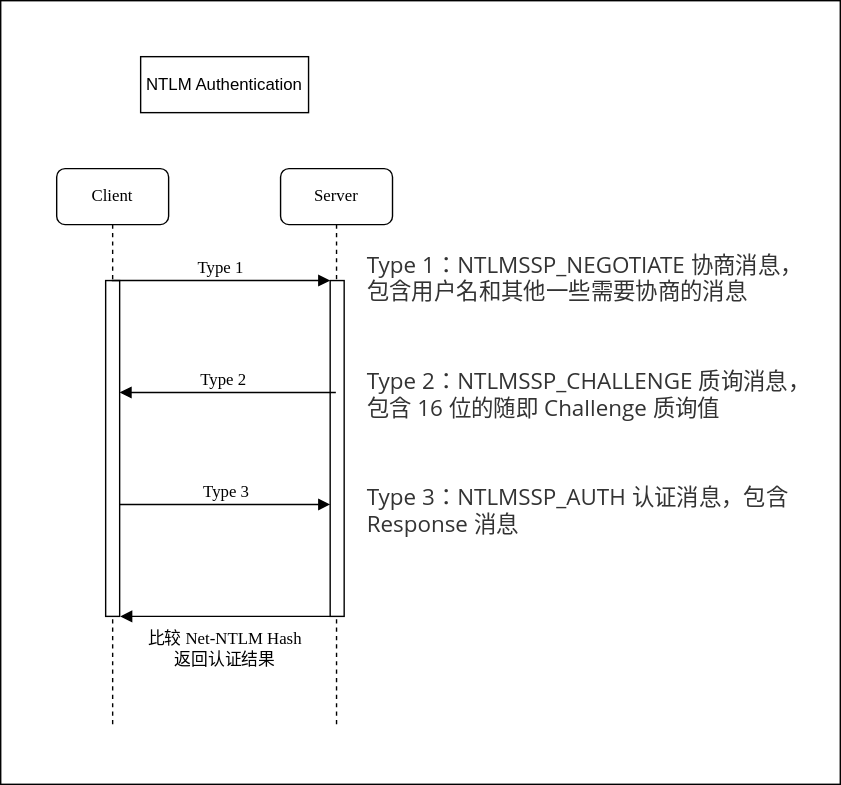
Above: draw.io/NTLM Authentication.drawio.svg in fermionorz/image-hosting (draw.io), before the change. Source tidied: cells renumbered, new cells last; positions are measured from the earlier drawing's top-left corner, leaving out a move shared by most shapes.
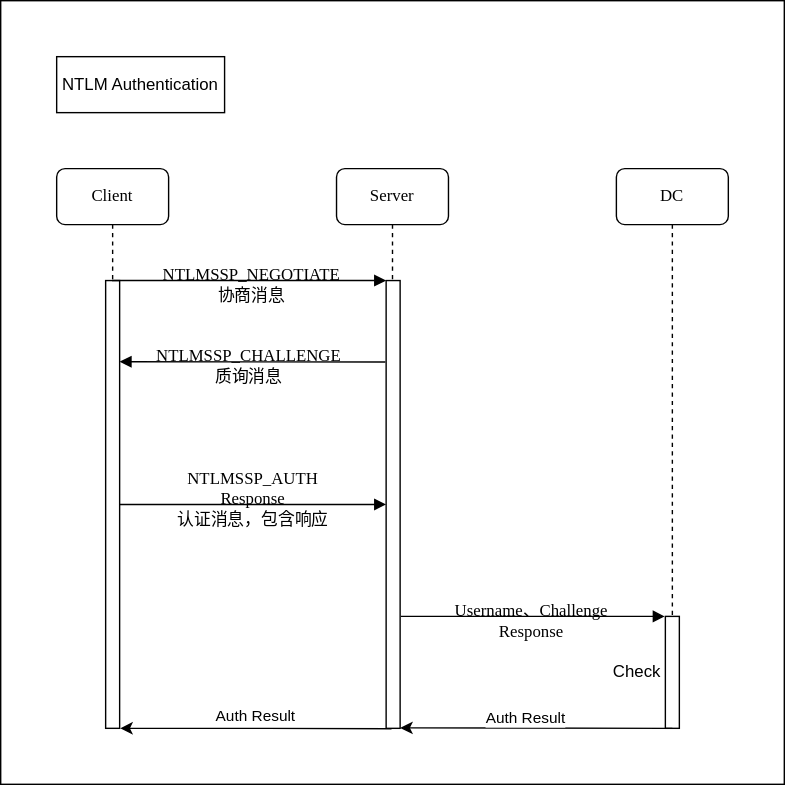
After the commit.

What changed in the source:
```diff
@@ -2,51 +2,71 @@
   <root>
     <mxCell id="0" />
     <mxCell id="1" parent="0" />
-    <mxCell id="2" style="rounded=0;whiteSpace=wrap;html=1;" parent="1" vertex="1">
-      <mxGeometry width="600" height="560" as="geometry" />
-    </mxCell>
+    <mxCell id="13" style="rounded=0;whiteSpace=wrap;html=1;" parent="1" vertex="1">
+      <mxGeometry x="40" width="560" height="560" as="geometry" />
+    </mxCell>
     <mxCell id="3" value="&lt;div&gt;NTLM Authentication&lt;/div&gt;" style="rounded=0;whiteSpace=wrap;html=1;" parent="1" vertex="1">
-      <mxGeometry x="100" y="40" width="120" height="40" as="geometry" />
+      <mxGeometry x="80" y="40" width="120" height="40" as="geometry" />
     </mxCell>
     <mxCell id="4" value="&lt;div&gt;Server&lt;/div&gt;" style="shape=umlLifeline;perimeter=lifelinePerimeter;whiteSpace=wrap;html=1;outlineConnect=0;rounded=1;shadow=0;comic=0;labelBackgroundColor=none;strokeWidth=1;fontFamily=Verdana;fontSize=12;align=center;" parent="1" vertex="1">
-      <mxGeometry x="200" y="120" width="80" height="400" as="geometry" />
+      <mxGeometry x="280" y="120" width="80" height="400" as="geometry" />
     </mxCell>
     <mxCell id="5" style="html=1;points=[];perimeter=orthogonalPerimeter;rounded=0;shadow=0;comic=0;labelBackgroundColor=none;strokeWidth=1;fontFamily=Verdana;fontSize=12;align=center;" parent="4" vertex="1">
-      <mxGeometry x="35.5" y="80" width="10" height="240" as="geometry" />
+      <mxGeometry x="35.5" y="80" width="10" height="320" as="geometry" />
     </mxCell>
-    <mxCell id="6" value="Type 3" style="html=1;verticalAlign=bottom;endArrow=block;entryX=0;entryY=0;labelBackgroundColor=none;fontFamily=Verdana;fontSize=12;edgeStyle=elbowEdgeStyle;elbow=vertical;rounded=0;" parent="4" edge="1" source="8">
-      <mxGeometry x="0.03" relative="1" as="geometry">
+    <mxCell id="6" value="&lt;div&gt;NTLMSSP_AUTH&lt;/div&gt;&lt;div&gt;Response&lt;/div&gt;&lt;div&gt;认证消息，包含响应&lt;br&gt;&lt;/div&gt;" style="html=1;verticalAlign=bottom;endArrow=block;entryX=0;entryY=0;labelBackgroundColor=none;fontFamily=Verdana;fontSize=12;edgeStyle=elbowEdgeStyle;elbow=vertical;rounded=0;" parent="4" edge="1" source="8">
+      <mxGeometry x="0.02" y="-20" relative="1" as="geometry">
         <mxPoint x="35.4" y="240.3" as="targetPoint" />
+        <mxPoint x="-1" as="offset" />
       </mxGeometry>
     </mxCell>
-    <mxCell id="7" value="&lt;div&gt;比较 Net-NTLM Hash &lt;br&gt;&lt;/div&gt;&lt;div&gt;返回认证结果&lt;/div&gt;" style="html=1;verticalAlign=bottom;endArrow=block;labelBackgroundColor=none;fontFamily=Verdana;fontSize=12;edgeStyle=elbowEdgeStyle;elbow=vertical;rounded=0;" parent="4" edge="1">
-      <mxGeometry x="0.3" y="40" relative="1" as="geometry">
-        <mxPoint x="-28.7" y="320" as="sourcePoint" />
-        <mxPoint x="-114.6" y="320" as="targetPoint" />
-        <Array as="points">
-          <mxPoint x="35.4" y="320" />
-        </Array>
-      </mxGeometry>
-    </mxCell>
     <mxCell id="8" value="&lt;div&gt;Client&lt;/div&gt;" style="shape=umlLifeline;perimeter=lifelinePerimeter;whiteSpace=wrap;html=1;outlineConnect=0;rounded=1;shadow=0;comic=0;labelBackgroundColor=none;strokeWidth=1;fontFamily=Verdana;fontSize=12;align=center;" parent="1" vertex="1">
-      <mxGeometry x="40" y="120" width="80" height="400" as="geometry" />
+      <mxGeometry x="80" y="120" width="80" height="400" as="geometry" />
     </mxCell>
     <mxCell id="9" style="html=1;points=[];perimeter=orthogonalPerimeter;rounded=0;shadow=0;comic=0;labelBackgroundColor=none;strokeWidth=1;fontFamily=Verdana;fontSize=12;align=center;" parent="8" vertex="1">
-      <mxGeometry x="35" y="80" width="10" height="240" as="geometry" />
+      <mxGeometry x="35" y="80" width="10" height="320" as="geometry" />
     </mxCell>
-    <mxCell id="10" value="&lt;p class=&quot;md-end-block md-p&quot; style=&quot;box-sizing: border-box; --tw-border-spacing-x: 0; --tw-border-spacing-y: 0; --tw-translate-x: 0; --tw-translate-y: 0; --tw-rotate: 0; --tw-skew-x: 0; --tw-skew-y: 0; --tw-scale-x: 1; --tw-scale-y: 1; --tw-pan-x: ; --tw-pan-y: ; --tw-pinch-zoom: ; --tw-scroll-snap-strictness: proximity; --tw-ordinal: ; --tw-slashed-zero: ; --tw-numeric-figure: ; --tw-numeric-spacing: ; --tw-numeric-fraction: ; --tw-ring-inset: ; --tw-ring-offset-width: 0px; --tw-ring-offset-color: #fff; --tw-ring-color: rgb(59 130 246 / 0.5); --tw-ring-offset-shadow: 0 0 #0000; --tw-ring-shadow: 0 0 #0000; --tw-shadow: 0 0 #0000; --tw-shadow-colored: 0 0 #0000; --tw-blur: ; --tw-brightness: ; --tw-contrast: ; --tw-grayscale: ; --tw-hue-rotate: ; --tw-invert: ; --tw-saturate: ; --tw-sepia: ; --tw-drop-shadow: ; --tw-backdrop-blur: ; --tw-backdrop-brightness: ; --tw-backdrop-contrast: ; --tw-backdrop-grayscale: ; --tw-backdrop-hue-rotate: ; --tw-backdrop-invert: ; --tw-backdrop-opacity: ; --tw-backdrop-saturate: ; --tw-backdrop-sepia: ; line-height: inherit; margin: 0.8em 0px; position: relative; color: rgb(51, 51, 51); font-family: &amp;quot;Open Sans&amp;quot;, &amp;quot;Clear Sans&amp;quot;, &amp;quot;Helvetica Neue&amp;quot;, Helvetica, Arial, &amp;quot;Segoe UI Emoji&amp;quot;, sans-serif; font-size: 16px; font-style: normal; font-variant-ligatures: normal; font-variant-caps: normal; font-weight: 400; letter-spacing: normal; text-align: start; text-indent: 0px; text-transform: none; word-spacing: 0px; -webkit-text-stroke-width: 0px; text-decoration-thickness: initial; text-decoration-style: initial; text-decoration-color: initial;&quot;&gt;&lt;span class=&quot;md-plain&quot; style=&quot;box-sizing: border-box; --tw-border-spacing-x: 0; --tw-border-spacing-y: 0; --tw-translate-x: 0; --tw-translate-y: 0; --tw-rotate: 0; --tw-skew-x: 0; --tw-skew-y: 0; --tw-scale-x: 1; --tw-scale-y: 1; --tw-pan-x: ; --tw-pan-y: ; --tw-pinch-zoom: ; --tw-scroll-snap-strictness: proximity; --tw-ordinal: ; --tw-slashed-zero: ; --tw-numeric-figure: ; --tw-numeric-spacing: ; --tw-numeric-fraction: ; --tw-ring-inset: ; --tw-ring-offset-width: 0px; --tw-ring-offset-color: #fff; --tw-ring-color: rgb(59 130 246 / 0.5); --tw-ring-offset-shadow: 0 0 #0000; --tw-ring-shadow: 0 0 #0000; --tw-shadow: 0 0 #0000; --tw-shadow-colored: 0 0 #0000; --tw-blur: ; --tw-brightness: ; --tw-contrast: ; --tw-grayscale: ; --tw-hue-rotate: ; --tw-invert: ; --tw-saturate: ; --tw-sepia: ; --tw-drop-shadow: ; --tw-backdrop-blur: ; --tw-backdrop-brightness: ; --tw-backdrop-contrast: ; --tw-backdrop-grayscale: ; --tw-backdrop-hue-rotate: ; --tw-backdrop-invert: ; --tw-backdrop-opacity: ; --tw-backdrop-saturate: ; --tw-backdrop-sepia: ;&quot;&gt;Type 1：NTLMSSP_NEGOTIATE 协商消息，包含用户名和其他一些需要协商的消息&lt;/span&gt;&lt;/p&gt;&lt;p class=&quot;md-end-block md-p&quot; style=&quot;box-sizing: border-box; --tw-border-spacing-x: 0; --tw-border-spacing-y: 0; --tw-translate-x: 0; --tw-translate-y: 0; --tw-rotate: 0; --tw-skew-x: 0; --tw-skew-y: 0; --tw-scale-x: 1; --tw-scale-y: 1; --tw-pan-x: ; --tw-pan-y: ; --tw-pinch-zoom: ; --tw-scroll-snap-strictness: proximity; --tw-ordinal: ; --tw-slashed-zero: ; --tw-numeric-figure: ; --tw-numeric-spacing: ; --tw-numeric-fraction: ; --tw-ring-inset: ; --tw-ring-offset-width: 0px; --tw-ring-offset-color: #fff; --tw-ring-color: rgb(59 130 246 / 0.5); --tw-ring-offset-shadow: 0 0 #0000; --tw-ring-shadow: 0 0 #0000; --tw-shadow: 0 0 #0000; --tw-shadow-colored: 0 0 #0000; --tw-blur: ; --tw-brightness: ; --tw-contrast: ; --tw-grayscale: ; --tw-hue-rotate: ; --tw-invert: ; --tw-saturate: ; --tw-sepia: ; --tw-drop-shadow: ; --tw-backdrop-blur: ; --tw-backdrop-brightness: ; --tw-backdrop-contrast: ; --tw-backdrop-grayscale: ; --tw-backdrop-hue-rotate: ; --tw-backdrop-invert: ; --tw-backdrop-opacity: ; --tw-backdrop-saturate: ; --tw-backdrop-sepia: ; line-height: inherit; margin: 0.8em 0px; position: relative; color: rgb(51, 51, 51); font-family: &amp;quot;Open Sans&amp;quot;, &amp;quot;Clear Sans&amp;quot;, &amp;quot;Helvetica Neue&amp;quot;, Helvetica, Arial, &amp;quot;Segoe UI Emoji&amp;quot;, sans-serif; font-size: 16px; font-style: normal; font-variant-ligatures: normal; font-variant-caps: normal; font-weight: 400; letter-spacing: normal; text-align: start; text-indent: 0px; text-transform: none; word-spacing: 0px; -webkit-text-stroke-width: 0px; text-decoration-thickness: initial; text-decoration-style: initial; text-decoration-color: initial;&quot;&gt;&lt;span class=&quot;md-plain&quot; style=&quot;box-sizing: border-box; --tw-border-spacing-x: 0; --tw-border-spacing-y: 0; --tw-translate-x: 0; --tw-translate-y: 0; --tw-rotate: 0; --tw-skew-x: 0; --tw-skew-y: 0; --tw-scale-x: 1; --tw-scale-y: 1; --tw-pan-x: ; --tw-pan-y: ; --tw-pinch-zoom: ; --tw-scroll-snap-strictness: proximity; --tw-ordinal: ; --tw-slashed-zero: ; --tw-numeric-figure: ; --tw-numeric-spacing: ; --tw-numeric-fraction: ; --tw-ring-inset: ; --tw-ring-offset-width: 0px; --tw-ring-offset-color: #fff; --tw-ring-color: rgb(59 130 246 / 0.5); --tw-ring-offset-shadow: 0 0 #0000; --tw-ring-shadow: 0 0 #0000; --tw-shadow: 0 0 #0000; --tw-shadow-colored: 0 0 #0000; --tw-blur: ; --tw-brightness: ; --tw-contrast: ; --tw-grayscale: ; --tw-hue-rotate: ; --tw-invert: ; --tw-saturate: ; --tw-sepia: ; --tw-drop-shadow: ; --tw-backdrop-blur: ; --tw-backdrop-brightness: ; --tw-backdrop-contrast: ; --tw-backdrop-grayscale: ; --tw-backdrop-hue-rotate: ; --tw-backdrop-invert: ; --tw-backdrop-opacity: ; --tw-backdrop-saturate: ; --tw-backdrop-sepia: ;&quot;&gt;&lt;br&gt;&lt;/span&gt;&lt;/p&gt;&lt;p class=&quot;md-end-block md-p&quot; style=&quot;box-sizing: border-box; --tw-border-spacing-x: 0; --tw-border-spacing-y: 0; --tw-translate-x: 0; --tw-translate-y: 0; --tw-rotate: 0; --tw-skew-x: 0; --tw-skew-y: 0; --tw-scale-x: 1; --tw-scale-y: 1; --tw-pan-x: ; --tw-pan-y: ; --tw-pinch-zoom: ; --tw-scroll-snap-strictness: proximity; --tw-ordinal: ; --tw-slashed-zero: ; --tw-numeric-figure: ; --tw-numeric-spacing: ; --tw-numeric-fraction: ; --tw-ring-inset: ; --tw-ring-offset-width: 0px; --tw-ring-offset-color: #fff; --tw-ring-color: rgb(59 130 246 / 0.5); --tw-ring-offset-shadow: 0 0 #0000; --tw-ring-shadow: 0 0 #0000; --tw-shadow: 0 0 #0000; --tw-shadow-colored: 0 0 #0000; --tw-blur: ; --tw-brightness: ; --tw-contrast: ; --tw-grayscale: ; --tw-hue-rotate: ; --tw-invert: ; --tw-saturate: ; --tw-sepia: ; --tw-drop-shadow: ; --tw-backdrop-blur: ; --tw-backdrop-brightness: ; --tw-backdrop-contrast: ; --tw-backdrop-grayscale: ; --tw-backdrop-hue-rotate: ; --tw-backdrop-invert: ; --tw-backdrop-opacity: ; --tw-backdrop-saturate: ; --tw-backdrop-sepia: ; line-height: inherit; margin: 0.8em 0px; position: relative; color: rgb(51, 51, 51); font-family: &amp;quot;Open Sans&amp;quot;, &amp;quot;Clear Sans&amp;quot;, &amp;quot;Helvetica Neue&amp;quot;, Helvetica, Arial, &amp;quot;Segoe UI Emoji&amp;quot;, sans-serif; font-size: 16px; font-style: normal; font-variant-ligatures: normal; font-variant-caps: normal; font-weight: 400; letter-spacing: normal; text-align: start; text-indent: 0px; text-transform: none; word-spacing: 0px; -webkit-text-stroke-width: 0px; text-decoration-thickness: initial; text-decoration-style: initial; text-decoration-color: initial;&quot;&gt;&lt;span class=&quot;md-plain&quot; style=&quot;box-sizing: border-box; --tw-border-spacing-x: 0; --tw-border-spacing-y: 0; --tw-translate-x: 0; --tw-translate-y: 0; --tw-rotate: 0; --tw-skew-x: 0; --tw-skew-y: 0; --tw-scale-x: 1; --tw-scale-y: 1; --tw-pan-x: ; --tw-pan-y: ; --tw-pinch-zoom: ; --tw-scroll-snap-strictness: proximity; --tw-ordinal: ; --tw-slashed-zero: ; --tw-numeric-figure: ; --tw-numeric-spacing: ; --tw-numeric-fraction: ; --tw-ring-inset: ; --tw-ring-offset-width: 0px; --tw-ring-offset-color: #fff; --tw-ring-color: rgb(59 130 246 / 0.5); --tw-ring-offset-shadow: 0 0 #0000; --tw-ring-shadow: 0 0 #0000; --tw-shadow: 0 0 #0000; --tw-shadow-colored: 0 0 #0000; --tw-blur: ; --tw-brightness: ; --tw-contrast: ; --tw-grayscale: ; --tw-hue-rotate: ; --tw-invert: ; --tw-saturate: ; --tw-sepia: ; --tw-drop-shadow: ; --tw-backdrop-blur: ; --tw-backdrop-brightness: ; --tw-backdrop-contrast: ; --tw-backdrop-grayscale: ; --tw-backdrop-hue-rotate: ; --tw-backdrop-invert: ; --tw-backdrop-opacity: ; --tw-backdrop-saturate: ; --tw-backdrop-sepia: ;&quot;&gt;Type 2：NTLMSSP_CHALLENGE 质询消息，包含 16 位的随即 Challenge 质询值&lt;/span&gt;&lt;/p&gt;&lt;p class=&quot;md-end-block md-p&quot; style=&quot;box-sizing: border-box; --tw-border-spacing-x: 0; --tw-border-spacing-y: 0; --tw-translate-x: 0; --tw-translate-y: 0; --tw-rotate: 0; --tw-skew-x: 0; --tw-skew-y: 0; --tw-scale-x: 1; --tw-scale-y: 1; --tw-pan-x: ; --tw-pan-y: ; --tw-pinch-zoom: ; --tw-scroll-snap-strictness: proximity; --tw-ordinal: ; --tw-slashed-zero: ; --tw-numeric-figure: ; --tw-numeric-spacing: ; --tw-numeric-fraction: ; --tw-ring-inset: ; --tw-ring-offset-width: 0px; --tw-ring-offset-color: #fff; --tw-ring-color: rgb(59 130 246 / 0.5); --tw-ring-offset-shadow: 0 0 #0000; --tw-ring-shadow: 0 0 #0000; --tw-shadow: 0 0 #0000; --tw-shadow-colored: 0 0 #0000; --tw-blur: ; --tw-brightness: ; --tw-contrast: ; --tw-grayscale: ; --tw-hue-rotate: ; --tw-invert: ; --tw-saturate: ; --tw-sepia: ; --tw-drop-shadow: ; --tw-backdrop-blur: ; --tw-backdrop-brightness: ; --tw-backdrop-contrast: ; --tw-backdrop-grayscale: ; --tw-backdrop-hue-rotate: ; --tw-backdrop-invert: ; --tw-backdrop-opacity: ; --tw-backdrop-saturate: ; --tw-backdrop-sepia: ; line-height: inherit; margin: 0.8em 0px; position: relative; color: rgb(51, 51, 51); font-family: &amp;quot;Open Sans&amp;quot;, &amp;quot;Clear Sans&amp;quot;, &amp;quot;Helvetica Neue&amp;quot;, Helvetica, Arial, &amp;quot;Segoe UI Emoji&amp;quot;, sans-serif; font-size: 16px; font-style: normal; font-variant-ligatures: normal; font-variant-caps: normal; font-weight: 400; letter-spacing: normal; text-align: start; text-indent: 0px; text-transform: none; word-spacing: 0px; -webkit-text-stroke-width: 0px; text-decoration-thickness: initial; text-decoration-style: initial; text-decoration-color: initial;&quot;&gt;&lt;span class=&quot;md-plain&quot; style=&quot;box-sizing: border-box; --tw-border-spacing-x: 0; --tw-border-spacing-y: 0; --tw-translate-x: 0; --tw-translate-y: 0; --tw-rotate: 0; --tw-skew-x: 0; --tw-skew-y: 0; --tw-scale-x: 1; --tw-scale-y: 1; --tw-pan-x: ; --tw-pan-y: ; --tw-pinch-zoom: ; --tw-scroll-snap-strictness: proximity; --tw-ordinal: ; --tw-slashed-zero: ; --tw-numeric-figure: ; --tw-numeric-spacing: ; --tw-numeric-fraction: ; --tw-ring-inset: ; --tw-ring-offset-width: 0px; --tw-ring-offset-color: #fff; --tw-ring-color: rgb(59 130 246 / 0.5); --tw-ring-offset-shadow: 0 0 #0000; --tw-ring-shadow: 0 0 #0000; --tw-shadow: 0 0 #0000; --tw-shadow-colored: 0 0 #0000; --tw-blur: ; --tw-brightness: ; --tw-contrast: ; --tw-grayscale: ; --tw-hue-rotate: ; --tw-invert: ; --tw-saturate: ; --tw-sepia: ; --tw-drop-shadow: ; --tw-backdrop-blur: ; --tw-backdrop-brightness: ; --tw-backdrop-contrast: ; --tw-backdrop-grayscale: ; --tw-backdrop-hue-rotate: ; --tw-backdrop-invert: ; --tw-backdrop-opacity: ; --tw-backdrop-saturate: ; --tw-backdrop-sepia: ;&quot;&gt;&lt;br&gt;&lt;/span&gt;&lt;/p&gt;&lt;p class=&quot;md-end-block md-p&quot; style=&quot;box-sizing: border-box; --tw-border-spacing-x: 0; --tw-border-spacing-y: 0; --tw-translate-x: 0; --tw-translate-y: 0; --tw-rotate: 0; --tw-skew-x: 0; --tw-skew-y: 0; --tw-scale-x: 1; --tw-scale-y: 1; --tw-pan-x: ; --tw-pan-y: ; --tw-pinch-zoom: ; --tw-scroll-snap-strictness: proximity; --tw-ordinal: ; --tw-slashed-zero: ; --tw-numeric-figure: ; --tw-numeric-spacing: ; --tw-numeric-fraction: ; --tw-ring-inset: ; --tw-ring-offset-width: 0px; --tw-ring-offset-color: #fff; --tw-ring-color: rgb(59 130 246 / 0.5); --tw-ring-offset-shadow: 0 0 #0000; --tw-ring-shadow: 0 0 #0000; --tw-shadow: 0 0 #0000; --tw-shadow-colored: 0 0 #0000; --tw-blur: ; --tw-brightness: ; --tw-contrast: ; --tw-grayscale: ; --tw-hue-rotate: ; --tw-invert: ; --tw-saturate: ; --tw-sepia: ; --tw-drop-shadow: ; --tw-backdrop-blur: ; --tw-backdrop-brightness: ; --tw-backdrop-contrast: ; --tw-backdrop-grayscale: ; --tw-backdrop-hue-rotate: ; --tw-backdrop-invert: ; --tw-backdrop-opacity: ; --tw-backdrop-saturate: ; --tw-backdrop-sepia: ; line-height: inherit; margin: 0.8em 0px; position: relative; color: rgb(51, 51, 51); font-family: &amp;quot;Open Sans&amp;quot;, &amp;quot;Clear Sans&amp;quot;, &amp;quot;Helvetica Neue&amp;quot;, Helvetica, Arial, &amp;quot;Segoe UI Emoji&amp;quot;, sans-serif; font-size: 16px; font-style: normal; font-variant-ligatures: normal; font-variant-caps: normal; font-weight: 400; letter-spacing: normal; text-align: start; text-indent: 0px; text-transform: none; word-spacing: 0px; -webkit-text-stroke-width: 0px; text-decoration-thickness: initial; text-decoration-style: initial; text-decoration-color: initial;&quot;&gt;&lt;span class=&quot;md-plain&quot; style=&quot;box-sizing: border-box; --tw-border-spacing-x: 0; --tw-border-spacing-y: 0; --tw-translate-x: 0; --tw-translate-y: 0; --tw-rotate: 0; --tw-skew-x: 0; --tw-skew-y: 0; --tw-scale-x: 1; --tw-scale-y: 1; --tw-pan-x: ; --tw-pan-y: ; --tw-pinch-zoom: ; --tw-scroll-snap-strictness: proximity; --tw-ordinal: ; --tw-slashed-zero: ; --tw-numeric-figure: ; --tw-numeric-spacing: ; --tw-numeric-fraction: ; --tw-ring-inset: ; --tw-ring-offset-width: 0px; --tw-ring-offset-color: #fff; --tw-ring-color: rgb(59 130 246 / 0.5); --tw-ring-offset-shadow: 0 0 #0000; --tw-ring-shadow: 0 0 #0000; --tw-shadow: 0 0 #0000; --tw-shadow-colored: 0 0 #0000; --tw-blur: ; --tw-brightness: ; --tw-contrast: ; --tw-grayscale: ; --tw-hue-rotate: ; --tw-invert: ; --tw-saturate: ; --tw-sepia: ; --tw-drop-shadow: ; --tw-backdrop-blur: ; --tw-backdrop-brightness: ; --tw-backdrop-contrast: ; --tw-backdrop-grayscale: ; --tw-backdrop-hue-rotate: ; --tw-backdrop-invert: ; --tw-backdrop-opacity: ; --tw-backdrop-saturate: ; --tw-backdrop-sepia: ;&quot;&gt;Type 3：NTLMSSP_AUTH 认证消息，包含 Response 消息&lt;/span&gt;&lt;/p&gt;" style="text;whiteSpace=wrap;html=1;" parent="1" vertex="1">
-      <mxGeometry x="260" y="160" width="320" height="240" as="geometry" />
-    </mxCell>
-    <mxCell id="11" value="Type 1" style="html=1;verticalAlign=bottom;endArrow=block;entryX=0;entryY=0;labelBackgroundColor=none;fontFamily=Verdana;fontSize=12;edgeStyle=elbowEdgeStyle;elbow=vertical;rounded=0;" parent="1" edge="1" source="8" target="5">
-      <mxGeometry relative="1" as="geometry" />
+    <mxCell id="11" value="&lt;div&gt;NTLMSSP_NEGOTIATE&lt;/div&gt;&lt;div&gt;协商消息&lt;/div&gt;" style="html=1;verticalAlign=bottom;endArrow=block;entryX=0;entryY=0;labelBackgroundColor=none;fontFamily=Verdana;fontSize=12;edgeStyle=elbowEdgeStyle;elbow=vertical;rounded=0;" parent="1" edge="1" source="8" target="5">
+      <mxGeometry x="0.02" y="-20" relative="1" as="geometry">
+        <mxPoint x="-1" as="offset" />
+      </mxGeometry>
     </mxCell>
-    <mxCell id="12" value="Type 2" style="html=1;verticalAlign=bottom;endArrow=block;labelBackgroundColor=none;fontFamily=Verdana;fontSize=12;edgeStyle=elbowEdgeStyle;elbow=vertical;rounded=0;" parent="1" edge="1" source="4">
-      <mxGeometry x="0.03" relative="1" as="geometry">
-        <mxPoint x="85" y="279.5" as="targetPoint" />
-        <Array as="points">
-          <mxPoint x="250" y="280" />
-        </Array>
-      </mxGeometry>
+    <mxCell id="12" value="&lt;div&gt;NTLMSSP_CHALLENGE&lt;/div&gt;&lt;div&gt;质询消息&lt;/div&gt;" style="html=1;verticalAlign=bottom;endArrow=block;labelBackgroundColor=none;fontFamily=Verdana;fontSize=12;edgeStyle=elbowEdgeStyle;elbow=vertical;rounded=0;exitX=-0.052;exitY=0.182;exitDx=0;exitDy=0;exitPerimeter=0;" parent="1" edge="1" source="5" target="9">
+      <mxGeometry x="0.03" y="20" relative="1" as="geometry" />
     </mxCell>
+    <mxCell id="14" value="DC" style="shape=umlLifeline;perimeter=lifelinePerimeter;whiteSpace=wrap;html=1;rounded=1;shadow=0;comic=0;labelBackgroundColor=none;strokeWidth=1;fontFamily=Verdana;fontSize=12;align=center;" parent="1" vertex="1">
+      <mxGeometry x="480" y="120" width="80" height="400" as="geometry" />
+    </mxCell>
+    <mxCell id="15" style="html=1;points=[];perimeter=orthogonalPerimeter;rounded=0;shadow=0;comic=0;labelBackgroundColor=none;strokeWidth=1;fontFamily=Verdana;fontSize=12;align=center;" parent="14" vertex="1">
+      <mxGeometry x="35" y="320" width="10" height="80" as="geometry" />
+    </mxCell>
+    <mxCell id="16" value="Check" style="text;html=1;strokeColor=none;fillColor=none;align=center;verticalAlign=middle;whiteSpace=wrap;rounded=0;" parent="14" vertex="1">
+      <mxGeometry x="-15" y="345" width="60" height="30" as="geometry" />
+    </mxCell>
+    <mxCell id="17" value="&lt;div&gt;Username、Challenge&lt;/div&gt;&lt;div&gt;Response&lt;/div&gt;" style="html=1;verticalAlign=bottom;endArrow=block;labelBackgroundColor=none;fontFamily=Verdana;fontSize=12;edgeStyle=elbowEdgeStyle;elbow=vertical;rounded=0;entryX=-0.046;entryY=0.001;entryDx=0;entryDy=0;entryPerimeter=0;" parent="1" edge="1" target="15">
+      <mxGeometry x="-0.02" y="-20" relative="1" as="geometry">
+        <mxPoint x="326" y="440" as="sourcePoint" />
+      </mxGeometry>
+    </mxCell>
+    <mxCell id="18" style="endArrow=classic;html=1;rounded=0;exitX=0.5;exitY=1;exitDx=0;exitDy=0;exitPerimeter=0;entryX=1.001;entryY=0.999;entryDx=0;entryDy=0;entryPerimeter=0;" parent="1" edge="1" source="15" target="5">
+      <mxGeometry relative="1" as="geometry" />
+    </mxCell>
+    <mxCell id="19" style="endArrow=classic;html=1;rounded=0;exitX=0.386;exitY=1.001;exitDx=0;exitDy=0;exitPerimeter=0;entryX=1.039;entryY=1;entryDx=0;entryDy=0;entryPerimeter=0;" parent="1" edge="1" source="5" target="9">
+      <mxGeometry relative="1" as="geometry">
+        <Array as="points">
+          <mxPoint x="230" y="520" />
+        </Array>
+      </mxGeometry>
+    </mxCell>
+    <mxCell id="20" value="&lt;div&gt;Auth Result&lt;/div&gt;" style="edgeLabel;html=1;align=center;verticalAlign=middle;" parent="19" vertex="1">
+      <mxGeometry x="-0.17" y="2" relative="1" as="geometry">
+        <mxPoint x="-18" y="-12" as="offset" />
+      </mxGeometry>
+    </mxCell>
+    <mxCell id="21" value="&lt;div&gt;Auth Result&lt;/div&gt;" style="edgeLabel;html=1;align=center;verticalAlign=middle;" parent="1" vertex="1">
+      <mxGeometry x="420" y="510" as="geometry">
+        <mxPoint x="-6" y="2" as="offset" />
+      </mxGeometry>
+    </mxCell>
   </root>
 </mxGraphModel>
```
